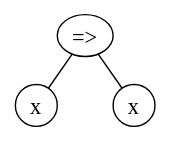
leafac/yocto-cfa keeps this draw.io diagram as dissertation/images/data-structures-to-represent-yocto-javascript-programs--1.drawio.svg. Above is the earlier version. Source tidied: cells renumbered, new cells last; positions are measured from the earlier drawing's top-left corner, leaving out a move shared by most shapes. Source of this version:
```xml
<mxGraphModel>
  <root>
    <mxCell id="0" />
    <mxCell id="1" parent="0" />
    <mxCell id="2" style="group;fontSize=16;spacing=1;" parent="1" vertex="1">
      <mxGeometry x="20.5" y="35" width="85" height="60" as="geometry" />
    </mxCell>
    <mxCell id="3" style="group;fontSize=16;spacing=1;" parent="2" vertex="1">
      <mxGeometry x="-20" y="-35" width="120" height="100" as="geometry" />
    </mxCell>
    <mxCell id="4" value="=&gt;" style="ellipse;fontFamily=PT Mono;fontSize=16;spacing=1;" parent="3" vertex="1">
      <mxGeometry x="40" y="10" width="40" height="30" as="geometry" />
    </mxCell>
    <mxCell id="5" value="x" style="ellipse;fontFamily=PT Mono;fontSize=16;spacing=1;" parent="3" vertex="1">
      <mxGeometry x="10" y="60" width="30" height="30" as="geometry" />
    </mxCell>
    <mxCell id="6" style="elbow=vertical;endArrow=none;endFill=0;fontFamily=PT Mono;fontSize=16;" parent="3" edge="1" source="4" target="5">
      <mxGeometry relative="1" as="geometry" />
    </mxCell>
    <mxCell id="7" value="x" style="ellipse;fontFamily=PT Mono;fontSize=16;spacing=1;" parent="3" vertex="1">
      <mxGeometry x="80" y="60" width="30" height="30" as="geometry" />
    </mxCell>
    <mxCell id="8" style="elbow=vertical;endArrow=none;endFill=0;fontFamily=PT Mono;fontSize=16;" parent="3" edge="1" source="4" target="7">
      <mxGeometry relative="1" as="geometry" />
    </mxCell>
  </root>
</mxGraphModel>
```
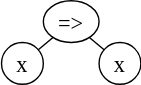
Above is the later version.

The edit, as a diff of the source:
```diff
@@ -2,25 +2,19 @@
   <root>
     <mxCell id="0" />
     <mxCell id="1" parent="0" />
-    <mxCell id="2" style="group;fontSize=16;spacing=1;" parent="1" vertex="1">
-      <mxGeometry x="20.5" y="35" width="85" height="60" as="geometry" />
-    </mxCell>
-    <mxCell id="3" style="group;fontSize=16;spacing=1;" parent="2" vertex="1">
-      <mxGeometry x="-20" y="-35" width="120" height="100" as="geometry" />
-    </mxCell>
-    <mxCell id="4" value="=&gt;" style="ellipse;fontFamily=PT Mono;fontSize=16;spacing=1;" parent="3" vertex="1">
-      <mxGeometry x="40" y="10" width="40" height="30" as="geometry" />
+    <mxCell id="4" value="=&gt;" style="ellipse;fontFamily=PT Mono;fontSize=16;spacing=1;" parent="1" vertex="1">
+      <mxGeometry x="40.5" y="10" width="40" height="30" as="geometry" />
     </mxCell>
-    <mxCell id="5" value="x" style="ellipse;fontFamily=PT Mono;fontSize=16;spacing=1;" parent="3" vertex="1">
-      <mxGeometry x="10" y="60" width="30" height="30" as="geometry" />
+    <mxCell id="5" value="x" style="ellipse;fontFamily=PT Mono;fontSize=16;spacing=1;" parent="1" vertex="1">
+      <mxGeometry x="10.5" y="40" width="30" height="30" as="geometry" />
     </mxCell>
-    <mxCell id="6" style="elbow=vertical;endArrow=none;endFill=0;fontFamily=PT Mono;fontSize=16;" parent="3" edge="1" source="4" target="5">
+    <mxCell id="6" style="elbow=vertical;endArrow=none;endFill=0;fontFamily=PT Mono;fontSize=16;" parent="1" edge="1" source="4" target="5">
       <mxGeometry relative="1" as="geometry" />
     </mxCell>
-    <mxCell id="7" value="x" style="ellipse;fontFamily=PT Mono;fontSize=16;spacing=1;" parent="3" vertex="1">
-      <mxGeometry x="80" y="60" width="30" height="30" as="geometry" />
+    <mxCell id="7" value="x" style="ellipse;fontFamily=PT Mono;fontSize=16;spacing=1;" parent="1" vertex="1">
+      <mxGeometry x="80.5" y="40" width="30" height="30" as="geometry" />
     </mxCell>
-    <mxCell id="8" style="elbow=vertical;endArrow=none;endFill=0;fontFamily=PT Mono;fontSize=16;" parent="3" edge="1" source="4" target="7">
+    <mxCell id="8" style="elbow=vertical;endArrow=none;endFill=0;fontFamily=PT Mono;fontSize=16;" parent="1" edge="1" source="4" target="7">
       <mxGeometry relative="1" as="geometry" />
     </mxCell>
   </root>
```
